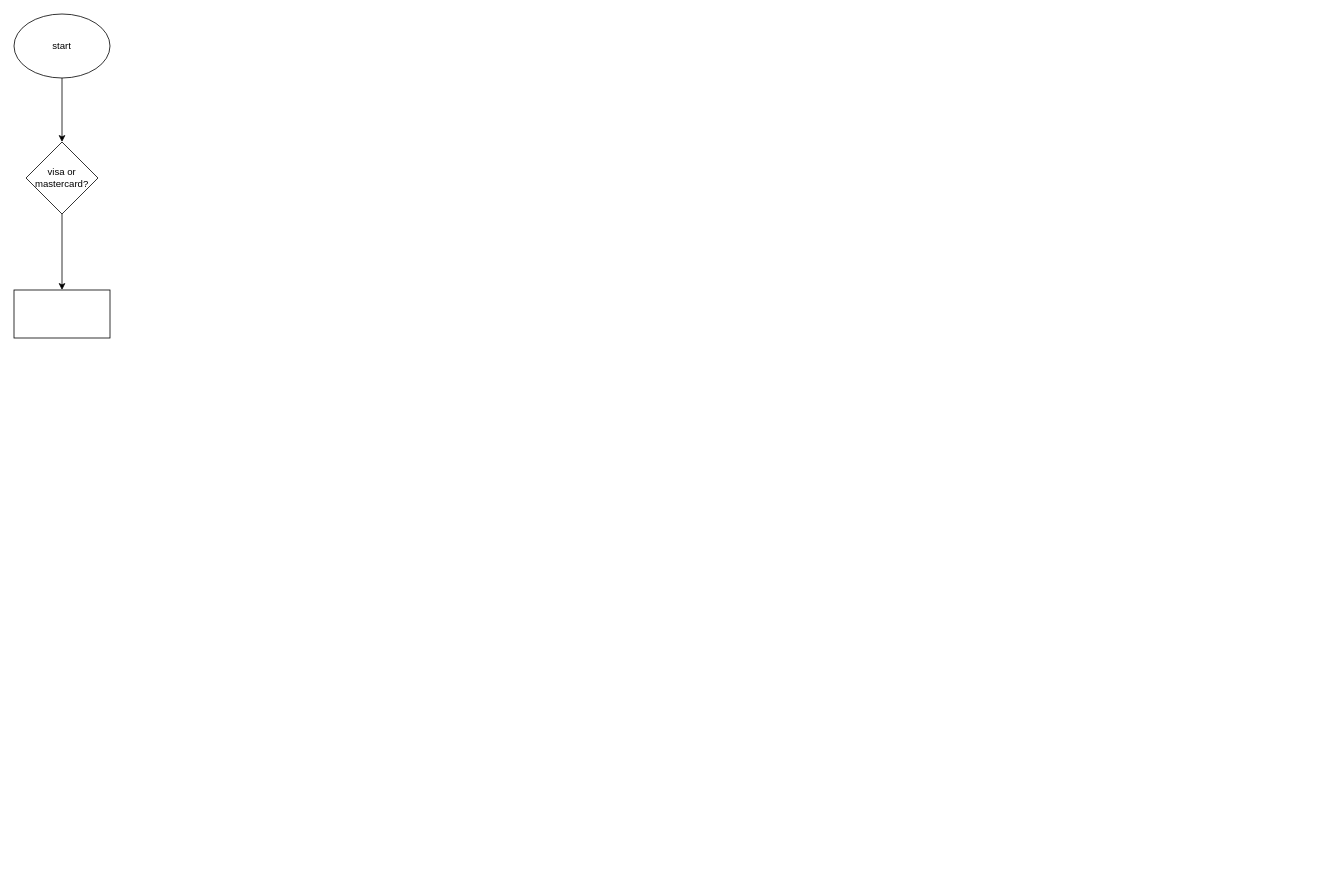
TomTalbot/Credit-card-validator keeps this draw.io diagram as Untitled Diagram.drawio. Above is the earlier version. Source tidied: cells renumbered, new cells numbered last; positions are measured from the earlier drawing's top-left corner, leaving out a move shared by most shapes. Both pictures are drawn from the tidied source at 80%, with x=0, y=0 at pixel (14, 14).
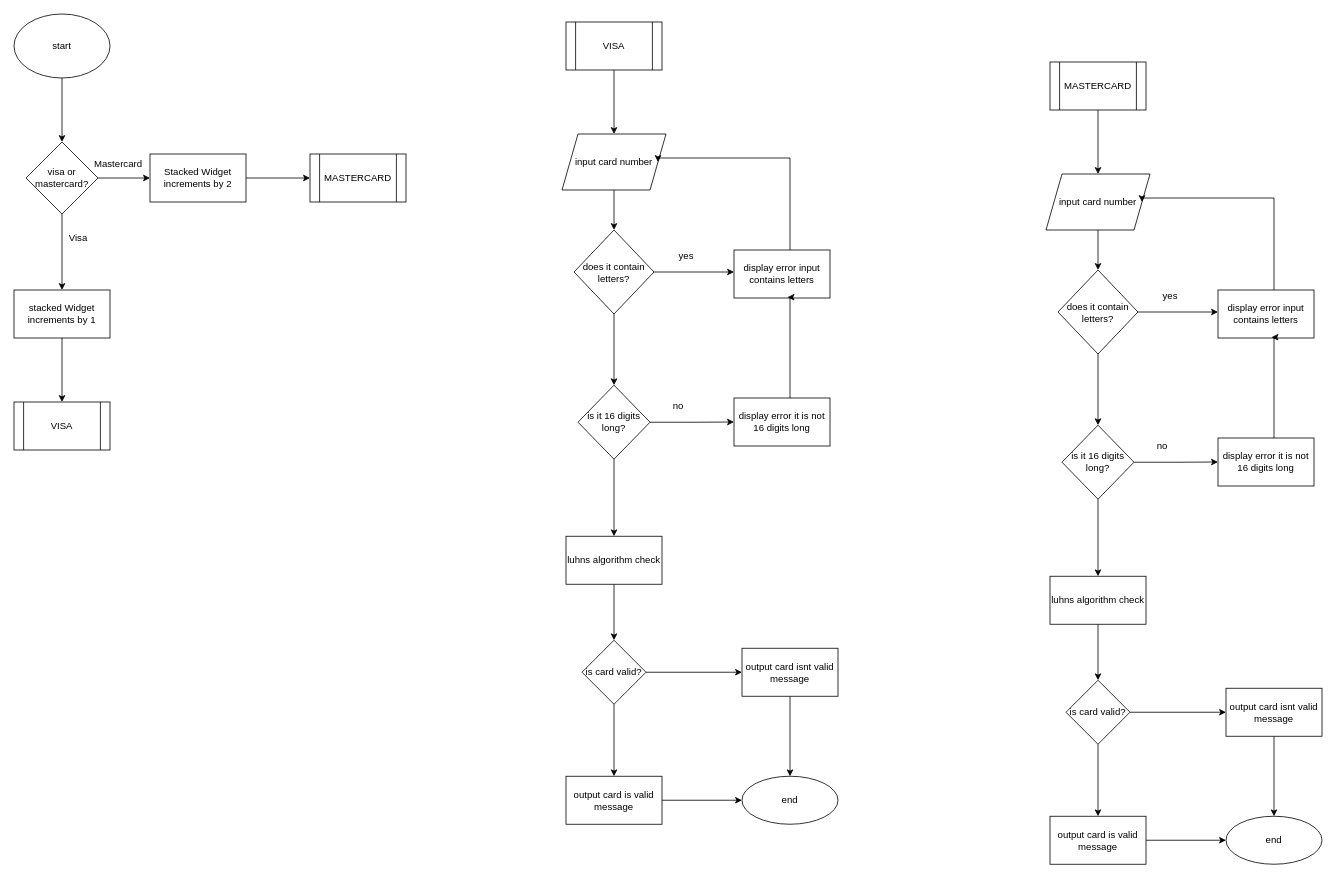
After the change.

Commit message:
DONE FLOW CHARt

The change refers to these unchanged cells:
```xml
<mxCell id="5" value="visa or mastercard?" style="rhombus;whiteSpace=wrap;html=1;" parent="1" vertex="1">
  <mxGeometry x="15" y="160" width="90" height="90" as="geometry" />
</mxCell>
```

The edit, as a diff of the source:
```diff
@@
+    <mxCell id="7" style="edgeStyle=orthogonalEdgeStyle;rounded=0;jettySize=auto;html=1;" parent="1" edge="1" source="5" target="11">
+      <mxGeometry relative="1" as="geometry" />
+    </mxCell>
@@
+    <mxCell id="8" style="edgeStyle=orthogonalEdgeStyle;rounded=0;jettySize=auto;html=1;" parent="1" edge="1" source="6" target="14">
+      <mxGeometry relative="1" as="geometry" />
+    </mxCell>
-    <mxCell id="6" style="whiteSpace=wrap;html=1;" parent="1" vertex="1">
+    <mxCell id="6" value="stacked Widget increments by 1" style="whiteSpace=wrap;html=1;" parent="1" vertex="1">
       <mxGeometry y="345" width="120" height="60" as="geometry" />
     </mxCell>
+    <mxCell id="9" value="Visa" style="text;html=1;align=center;verticalAlign=middle;strokeColor=none;fillColor=none;" parent="1" vertex="1">
+      <mxGeometry x="55" y="265" width="50" height="30" as="geometry" />
+    </mxCell>
+    <mxCell id="10" style="edgeStyle=orthogonalEdgeStyle;rounded=0;jettySize=auto;html=1;" parent="1" edge="1" source="11" target="13">
+      <mxGeometry relative="1" as="geometry" />
+    </mxCell>
+    <mxCell id="11" value="Stacked Widget increments by 2" style="whiteSpace=wrap;html=1;" parent="1" vertex="1">
+      <mxGeometry x="170" y="175" width="120" height="60" as="geometry" />
+    </mxCell>
+    <mxCell id="12" value="&lt;div&gt;Mastercard&lt;/div&gt;&lt;div&gt;&lt;br&gt;&lt;/div&gt;" style="text;html=1;align=center;verticalAlign=middle;strokeColor=none;fillColor=none;" parent="1" vertex="1">
+      <mxGeometry x="90" y="175" width="80" height="40" as="geometry" />
+    </mxCell>
+    <mxCell id="13" value="MASTERCARD" style="shape=process;whiteSpace=wrap;html=1;backgroundOutline=1;" parent="1" vertex="1">
+      <mxGeometry x="370" y="175" width="120" height="60" as="geometry" />
+    </mxCell>
+    <mxCell id="14" value="VISA" style="shape=process;whiteSpace=wrap;html=1;backgroundOutline=1;" parent="1" vertex="1">
+      <mxGeometry y="485" width="120" height="60" as="geometry" />
+    </mxCell>
+    <mxCell id="15" style="edgeStyle=orthogonalEdgeStyle;rounded=0;jettySize=auto;html=1;" parent="1" edge="1" source="16" target="18">
+      <mxGeometry relative="1" as="geometry" />
+    </mxCell>
+    <mxCell id="16" value="VISA" style="shape=process;whiteSpace=wrap;html=1;backgroundOutline=1;" parent="1" vertex="1">
+      <mxGeometry x="690" y="10" width="120" height="60" as="geometry" />
+    </mxCell>
+    <mxCell id="17" style="edgeStyle=orthogonalEdgeStyle;rounded=0;jettySize=auto;html=1;" parent="1" edge="1" source="18" target="21">
+      <mxGeometry relative="1" as="geometry" />
+    </mxCell>
+    <mxCell id="18" value="input card number" style="shape=parallelogram;perimeter=parallelogramPerimeter;whiteSpace=wrap;html=1;fixedSize=1;" parent="1" vertex="1">
+      <mxGeometry x="685" y="150" width="130" height="70" as="geometry" />
+    </mxCell>
+    <mxCell id="19" style="edgeStyle=orthogonalEdgeStyle;rounded=0;jettySize=auto;html=1;" parent="1" edge="1" source="21" target="23">
+      <mxGeometry relative="1" as="geometry">
+        <Array as="points">
+          <mxPoint x="880" y="323" />
+          <mxPoint x="880" y="323" />
+        </Array>
+      </mxGeometry>
+    </mxCell>
+    <mxCell id="20" style="edgeStyle=orthogonalEdgeStyle;rounded=0;jettySize=auto;html=1;" parent="1" edge="1" source="21" target="27">
+      <mxGeometry relative="1" as="geometry" />
+    </mxCell>
+    <mxCell id="21" value="does it contain letters?" style="rhombus;whiteSpace=wrap;html=1;" parent="1" vertex="1">
+      <mxGeometry x="700" y="270" width="100" height="105" as="geometry" />
+    </mxCell>
+    <mxCell id="22" style="edgeStyle=orthogonalEdgeStyle;rounded=0;jettySize=auto;html=1;entryX=1;entryY=0.5;entryDx=0;entryDy=0;" parent="1" edge="1" source="23" target="18">
+      <mxGeometry relative="1" as="geometry">
+        <Array as="points">
+          <mxPoint x="970" y="180" />
+          <mxPoint x="805" y="180" />
+        </Array>
+      </mxGeometry>
+    </mxCell>
+    <mxCell id="23" value="display error input contains letters" style="whiteSpace=wrap;html=1;" parent="1" vertex="1">
+      <mxGeometry x="900" y="295" width="120" height="60" as="geometry" />
+    </mxCell>
+    <mxCell id="24" value="&lt;div&gt;yes&lt;/div&gt;&lt;div&gt;&lt;br&gt;&lt;/div&gt;" style="text;html=1;align=center;verticalAlign=middle;strokeColor=none;fillColor=none;" parent="1" vertex="1">
+      <mxGeometry x="820" y="290" width="40" height="40" as="geometry" />
+    </mxCell>
+    <mxCell id="25" style="edgeStyle=orthogonalEdgeStyle;rounded=0;jettySize=auto;html=1;" parent="1" edge="1" source="27" target="29">
+      <mxGeometry relative="1" as="geometry" />
+    </mxCell>
+    <mxCell id="26" style="edgeStyle=orthogonalEdgeStyle;rounded=0;jettySize=auto;html=1;" parent="1" edge="1" source="27" target="32">
+      <mxGeometry relative="1" as="geometry" />
+    </mxCell>
+    <mxCell id="27" value="is it 16 digits long?" style="rhombus;whiteSpace=wrap;html=1;" parent="1" vertex="1">
+      <mxGeometry x="705" y="464" width="90" height="92.5" as="geometry" />
+    </mxCell>
+    <mxCell id="28" style="edgeStyle=orthogonalEdgeStyle;rounded=0;jettySize=auto;html=1;entryX=0.558;entryY=0.983;entryDx=0;entryDy=0;entryPerimeter=0;" parent="1" edge="1" source="29" target="23">
+      <mxGeometry relative="1" as="geometry">
+        <Array as="points">
+          <mxPoint x="970" y="354" />
+        </Array>
+      </mxGeometry>
+    </mxCell>
+    <mxCell id="29" value="display error it is not 16 digits long" style="whiteSpace=wrap;html=1;" parent="1" vertex="1">
+      <mxGeometry x="900" y="480" width="120" height="60" as="geometry" />
+    </mxCell>
+    <mxCell id="30" value="no" style="text;html=1;align=center;verticalAlign=middle;strokeColor=none;fillColor=none;" parent="1" vertex="1">
+      <mxGeometry x="810" y="475" width="40" height="30" as="geometry" />
+    </mxCell>
+    <mxCell id="31" style="edgeStyle=orthogonalEdgeStyle;rounded=0;jettySize=auto;html=1;" parent="1" edge="1" source="32" target="35">
+      <mxGeometry relative="1" as="geometry" />
+    </mxCell>
+    <mxCell id="32" value="luhns algorithm check" style="whiteSpace=wrap;html=1;" parent="1" vertex="1">
+      <mxGeometry x="690" y="652.8" width="120" height="60" as="geometry" />
+    </mxCell>
+    <mxCell id="33" style="edgeStyle=orthogonalEdgeStyle;rounded=0;jettySize=auto;html=1;" parent="1" edge="1" source="35" target="37">
+      <mxGeometry relative="1" as="geometry" />
+    </mxCell>
+    <mxCell id="34" style="edgeStyle=orthogonalEdgeStyle;rounded=0;jettySize=auto;html=1;" parent="1" edge="1" source="35" target="39">
+      <mxGeometry relative="1" as="geometry" />
+    </mxCell>
+    <mxCell id="35" value="is card valid?" style="rhombus;whiteSpace=wrap;html=1;" parent="1" vertex="1">
+      <mxGeometry x="710" y="782.8" width="80" height="80" as="geometry" />
+    </mxCell>
+    <mxCell id="36" style="edgeStyle=orthogonalEdgeStyle;rounded=0;jettySize=auto;html=1;entryX=0.5;entryY=0;entryDx=0;entryDy=0;" parent="1" edge="1" source="37" target="40">
+      <mxGeometry relative="1" as="geometry" />
+    </mxCell>
+    <mxCell id="37" value="output card isnt valid message" style="whiteSpace=wrap;html=1;" parent="1" vertex="1">
+      <mxGeometry x="910" y="792.8" width="120" height="60" as="geometry" />
+    </mxCell>
+    <mxCell id="38" style="edgeStyle=orthogonalEdgeStyle;rounded=0;jettySize=auto;html=1;" parent="1" edge="1" source="39">
+      <mxGeometry relative="1" as="geometry">
+        <mxPoint x="910" y="982.8" as="targetPoint" />
+      </mxGeometry>
+    </mxCell>
+    <mxCell id="39" value="output card is valid message " style="whiteSpace=wrap;html=1;" parent="1" vertex="1">
+      <mxGeometry x="690" y="952.8" width="120" height="60" as="geometry" />
+    </mxCell>
+    <mxCell id="40" value="end" style="ellipse;whiteSpace=wrap;html=1;" parent="1" vertex="1">
+      <mxGeometry x="910" y="952.8" width="120" height="60" as="geometry" />
+    </mxCell>
+    <mxCell id="41" style="edgeStyle=orthogonalEdgeStyle;rounded=0;jettySize=auto;html=1;" parent="1" edge="1" source="42" target="44">
+      <mxGeometry relative="1" as="geometry" />
+    </mxCell>
+    <mxCell id="42" value="MASTERCARD" style="shape=process;whiteSpace=wrap;html=1;backgroundOutline=1;" parent="1" vertex="1">
+      <mxGeometry x="1295" y="60" width="120" height="60" as="geometry" />
+    </mxCell>
+    <mxCell id="43" style="edgeStyle=orthogonalEdgeStyle;rounded=0;jettySize=auto;html=1;" parent="1" edge="1" source="44" target="47">
+      <mxGeometry relative="1" as="geometry" />
+    </mxCell>
+    <mxCell id="44" value="input card number" style="shape=parallelogram;perimeter=parallelogramPerimeter;whiteSpace=wrap;html=1;fixedSize=1;" parent="1" vertex="1">
+      <mxGeometry x="1290" y="200" width="130" height="70" as="geometry" />
+    </mxCell>
+    <mxCell id="45" style="edgeStyle=orthogonalEdgeStyle;rounded=0;jettySize=auto;html=1;" parent="1" edge="1" source="47" target="49">
+      <mxGeometry relative="1" as="geometry">
+        <Array as="points">
+          <mxPoint x="1485" y="373" />
+          <mxPoint x="1485" y="373" />
+        </Array>
+      </mxGeometry>
+    </mxCell>
+    <mxCell id="46" style="edgeStyle=orthogonalEdgeStyle;rounded=0;jettySize=auto;html=1;" parent="1" edge="1" source="47" target="53">
+      <mxGeometry relative="1" as="geometry" />
+    </mxCell>
+    <mxCell id="47" value="does it contain letters?" style="rhombus;whiteSpace=wrap;html=1;" parent="1" vertex="1">
+      <mxGeometry x="1305" y="320" width="100" height="105" as="geometry" />
+    </mxCell>
+    <mxCell id="48" style="edgeStyle=orthogonalEdgeStyle;rounded=0;jettySize=auto;html=1;entryX=1;entryY=0.5;entryDx=0;entryDy=0;" parent="1" edge="1" source="49" target="44">
+      <mxGeometry relative="1" as="geometry">
+        <Array as="points">
+          <mxPoint x="1575" y="230" />
+          <mxPoint x="1410" y="230" />
+        </Array>
+      </mxGeometry>
+    </mxCell>
+    <mxCell id="49" value="display error input contains letters" style="whiteSpace=wrap;html=1;" parent="1" vertex="1">
+      <mxGeometry x="1505" y="345" width="120" height="60" as="geometry" />
+    </mxCell>
+    <mxCell id="50" value="&lt;div&gt;yes&lt;/div&gt;&lt;div&gt;&lt;br&gt;&lt;/div&gt;" style="text;html=1;align=center;verticalAlign=middle;strokeColor=none;fillColor=none;" parent="1" vertex="1">
+      <mxGeometry x="1425" y="340" width="40" height="40" as="geometry" />
+    </mxCell>
+    <mxCell id="51" style="edgeStyle=orthogonalEdgeStyle;rounded=0;jettySize=auto;html=1;" parent="1" edge="1" source="53" target="55">
+      <mxGeometry relative="1" as="geometry" />
+    </mxCell>
+    <mxCell id="52" style="edgeStyle=orthogonalEdgeStyle;rounded=0;jettySize=auto;html=1;" parent="1" edge="1" source="53" target="58">
+      <mxGeometry relative="1" as="geometry" />
+    </mxCell>
+    <mxCell id="53" value="is it 16 digits long?" style="rhombus;whiteSpace=wrap;html=1;" parent="1" vertex="1">
+      <mxGeometry x="1310" y="514" width="90" height="92.5" as="geometry" />
+    </mxCell>
+    <mxCell id="54" style="edgeStyle=orthogonalEdgeStyle;rounded=0;jettySize=auto;html=1;entryX=0.558;entryY=0.983;entryDx=0;entryDy=0;entryPerimeter=0;" parent="1" edge="1" source="55" target="49">
+      <mxGeometry relative="1" as="geometry">
+        <Array as="points">
+          <mxPoint x="1575" y="404" />
+        </Array>
+      </mxGeometry>
+    </mxCell>
+    <mxCell id="55" value="display error it is not 16 digits long" style="whiteSpace=wrap;html=1;" parent="1" vertex="1">
+      <mxGeometry x="1505" y="530" width="120" height="60" as="geometry" />
+    </mxCell>
+    <mxCell id="56" value="no" style="text;html=1;align=center;verticalAlign=middle;strokeColor=none;fillColor=none;" parent="1" vertex="1">
+      <mxGeometry x="1415" y="525" width="40" height="30" as="geometry" />
+    </mxCell>
+    <mxCell id="57" style="edgeStyle=orthogonalEdgeStyle;rounded=0;jettySize=auto;html=1;" parent="1" edge="1" source="58" target="61">
+      <mxGeometry relative="1" as="geometry" />
+    </mxCell>
+    <mxCell id="58" value="luhns algorithm check" style="whiteSpace=wrap;html=1;" parent="1" vertex="1">
+      <mxGeometry x="1295" y="702.8" width="120" height="60" as="geometry" />
+    </mxCell>
+    <mxCell id="59" style="edgeStyle=orthogonalEdgeStyle;rounded=0;jettySize=auto;html=1;" parent="1" edge="1" source="61" target="63">
+      <mxGeometry relative="1" as="geometry" />
+    </mxCell>
+    <mxCell id="60" style="edgeStyle=orthogonalEdgeStyle;rounded=0;jettySize=auto;html=1;" parent="1" edge="1" source="61" target="65">
+      <mxGeometry relative="1" as="geometry" />
+    </mxCell>
+    <mxCell id="61" value="is card valid?" style="rhombus;whiteSpace=wrap;html=1;" parent="1" vertex="1">
+      <mxGeometry x="1315" y="832.8" width="80" height="80" as="geometry" />
+    </mxCell>
+    <mxCell id="62" style="edgeStyle=orthogonalEdgeStyle;rounded=0;jettySize=auto;html=1;entryX=0.5;entryY=0;entryDx=0;entryDy=0;" parent="1" edge="1" source="63" target="66">
+      <mxGeometry relative="1" as="geometry" />
+    </mxCell>
+    <mxCell id="63" value="output card isnt valid message" style="whiteSpace=wrap;html=1;" parent="1" vertex="1">
+      <mxGeometry x="1515" y="842.8" width="120" height="60" as="geometry" />
+    </mxCell>
+    <mxCell id="64" style="edgeStyle=orthogonalEdgeStyle;rounded=0;jettySize=auto;html=1;" parent="1" edge="1" source="65">
+      <mxGeometry relative="1" as="geometry">
+        <mxPoint x="1515" y="1032.8" as="targetPoint" />
+      </mxGeometry>
+    </mxCell>
+    <mxCell id="65" value="output card is valid message " style="whiteSpace=wrap;html=1;" parent="1" vertex="1">
+      <mxGeometry x="1295" y="1002.8" width="120" height="60" as="geometry" />
+    </mxCell>
+    <mxCell id="66" value="end" style="ellipse;whiteSpace=wrap;html=1;" parent="1" vertex="1">
+      <mxGeometry x="1515" y="1002.8" width="120" height="60" as="geometry" />
+    </mxCell>
```
